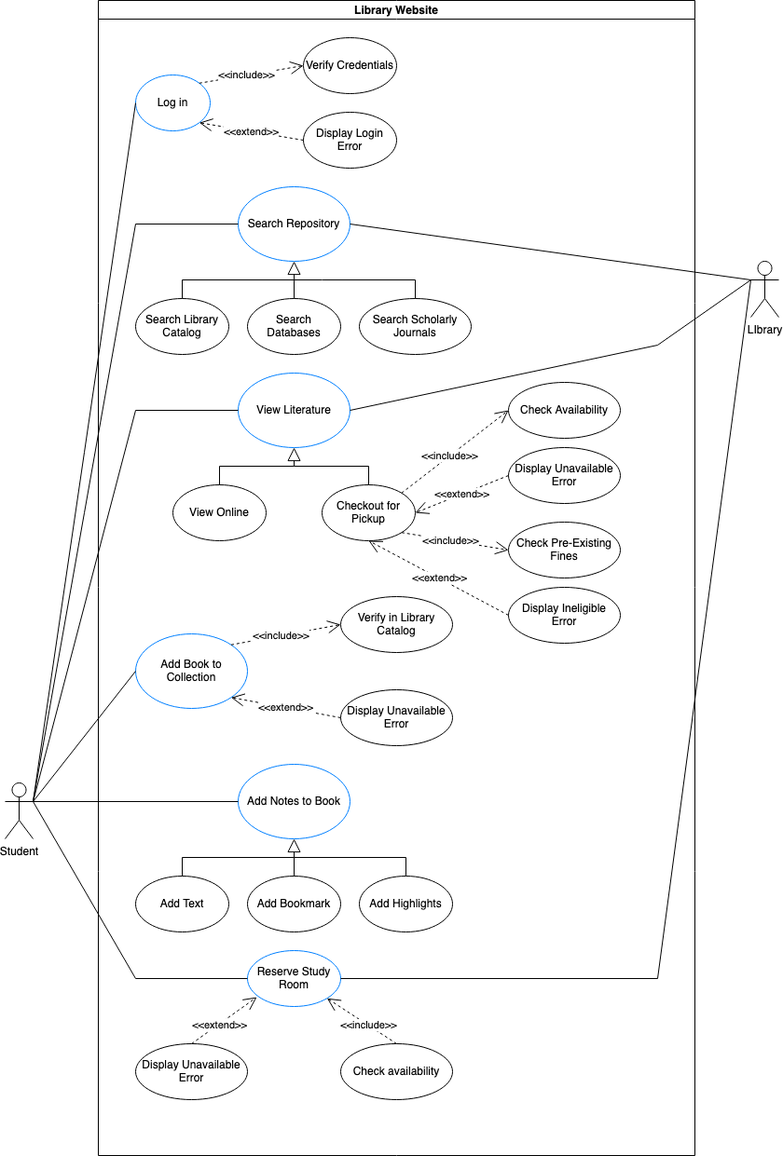
The draw.io diagram imgs/Use Cases.png in DavidB09/3354-bookworm, before a commit. Source tidied: cells renumbered, new cells last; positions are measured from the earlier drawing's top-left corner, leaving out a move shared by most shapes.
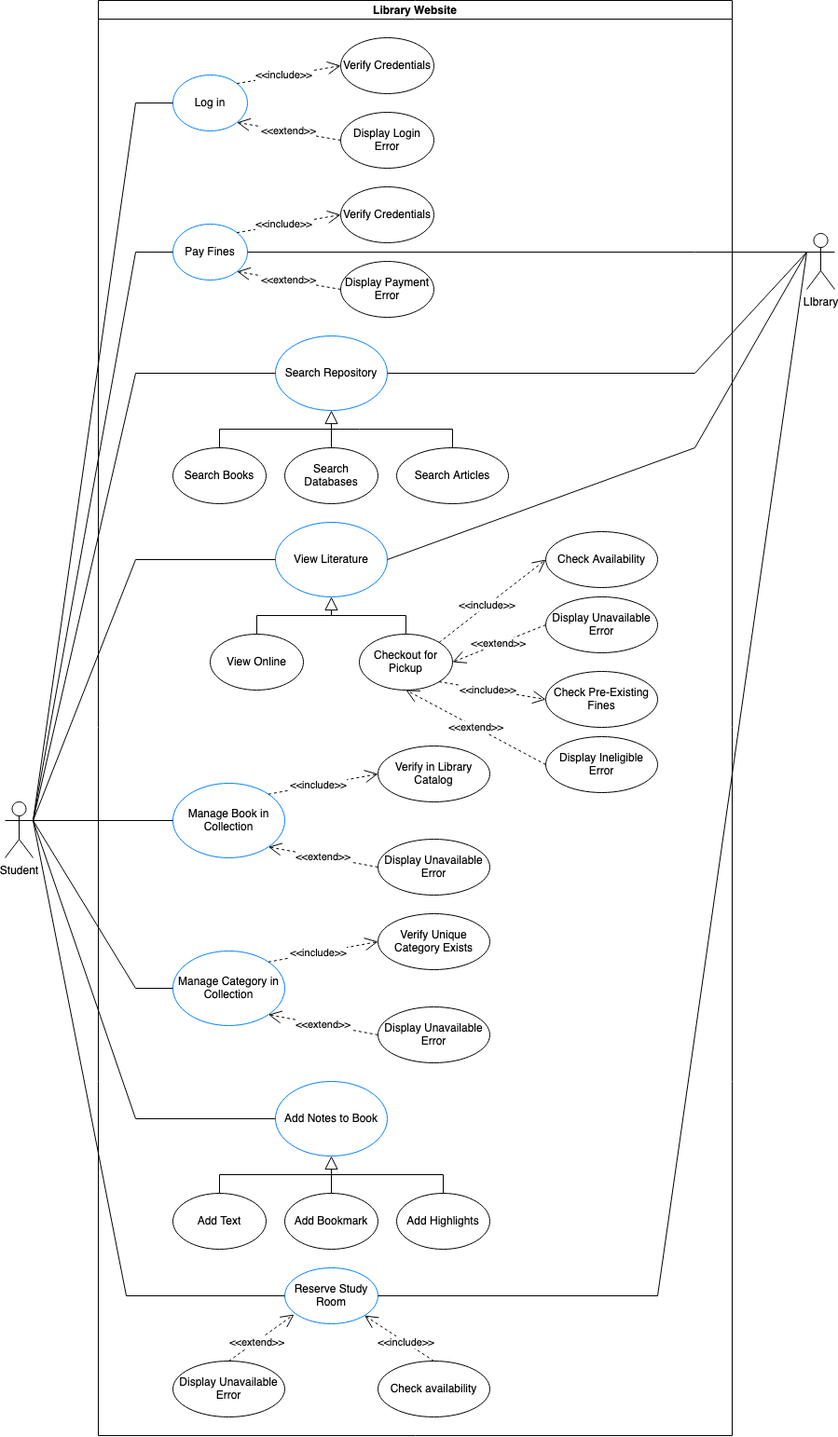
Later version of the same file.

Commit message:
Update use cases

What changed in the source:
```diff
@@ -5,12 +5,12 @@
     <mxCell id="2" value="Library Website" style="swimlane;startSize=20;horizontal=1;containerType=tree;" parent="1" vertex="1">
-      <mxGeometry x="100" width="640" height="1240" as="geometry" />
+      <mxGeometry x="100" width="680" height="1540" as="geometry" />
     </mxCell>
     <mxCell id="3" value="Log in" style="ellipse;whiteSpace=wrap;html=1;strokeColor=#0080ff;" parent="2" vertex="1">
-      <mxGeometry x="40" y="80" width="80" height="60" as="geometry" />
+      <mxGeometry x="80" y="80" width="80" height="60" as="geometry" />
     </mxCell>
     <mxCell id="4" value="Verify Credentials" style="ellipse;whiteSpace=wrap;html=1;" parent="2" vertex="1">
-      <mxGeometry x="220" y="40" width="100" height="60" as="geometry" />
+      <mxGeometry x="260" y="40" width="100" height="60" as="geometry" />
     </mxCell>
     <mxCell id="5" value="Display Login Error" style="ellipse;whiteSpace=wrap;html=1;" parent="2" vertex="1">
-      <mxGeometry x="220" y="120" width="100" height="60" as="geometry" />
+      <mxGeometry x="260" y="120" width="100" height="60" as="geometry" />
     </mxCell>
@@ -22,19 +22,19 @@
     </mxCell>
-    <mxCell id="8" value="Search Library Catalog" style="ellipse;whiteSpace=wrap;html=1;" parent="2" vertex="1">
-      <mxGeometry x="40" y="320" width="100" height="60" as="geometry" />
+    <mxCell id="8" value="Search Books" style="ellipse;whiteSpace=wrap;html=1;" parent="2" vertex="1">
+      <mxGeometry x="80" y="480" width="100" height="60" as="geometry" />
     </mxCell>
     <mxCell id="9" value="Search Databases" style="ellipse;whiteSpace=wrap;html=1;" parent="2" vertex="1">
-      <mxGeometry x="160" y="320" width="100" height="60" as="geometry" />
+      <mxGeometry x="200" y="480" width="100" height="60" as="geometry" />
     </mxCell>
-    <mxCell id="10" value="Search Scholarly Journals" style="ellipse;whiteSpace=wrap;html=1;" parent="2" vertex="1">
-      <mxGeometry x="280" y="320" width="120" height="60" as="geometry" />
+    <mxCell id="10" value="Search Articles" style="ellipse;whiteSpace=wrap;html=1;" parent="2" vertex="1">
+      <mxGeometry x="320" y="480" width="120" height="60" as="geometry" />
     </mxCell>
-    <mxCell id="11" value="Add Book to Collection" style="ellipse;whiteSpace=wrap;html=1;strokeColor=#007FFF;" parent="2" vertex="1">
-      <mxGeometry x="40" y="680" width="120" height="80" as="geometry" />
+    <mxCell id="11" value="Manage Book in Collection" style="ellipse;whiteSpace=wrap;html=1;strokeColor=#007FFF;" parent="2" vertex="1">
+      <mxGeometry x="80" y="840" width="120" height="80" as="geometry" />
     </mxCell>
     <mxCell id="12" value="Verify in Library Catalog" style="ellipse;whiteSpace=wrap;html=1;" parent="2" vertex="1">
-      <mxGeometry x="260" y="640" width="120" height="60" as="geometry" />
+      <mxGeometry x="300" y="800" width="120" height="60" as="geometry" />
     </mxCell>
     <mxCell id="13" value="Display Unavailable Error" style="ellipse;whiteSpace=wrap;html=1;" parent="2" vertex="1">
-      <mxGeometry x="260" y="740" width="120" height="60" as="geometry" />
+      <mxGeometry x="300" y="900" width="120" height="60" as="geometry" />
     </mxCell>
@@ -47,3 +47,3 @@
     <mxCell id="16" value="Search Repository" style="ellipse;whiteSpace=wrap;html=1;strokeColor=#007FFF;" parent="2" vertex="1">
-      <mxGeometry x="150" y="200" width="120" height="80" as="geometry" />
+      <mxGeometry x="190" y="360" width="120" height="80" as="geometry" />
     </mxCell>
@@ -52,4 +52,4 @@
         <Array as="points">
-          <mxPoint x="90" y="300" />
-          <mxPoint x="210" y="300" />
+          <mxPoint x="130" y="460" />
+          <mxPoint x="250" y="460" />
         </Array>
@@ -58,9 +58,9 @@
     <mxCell id="18" value="Add Notes to Book" style="ellipse;whiteSpace=wrap;html=1;strokeColor=#007FFF;" parent="2" vertex="1">
-      <mxGeometry x="150" y="820" width="120" height="80" as="geometry" />
+      <mxGeometry x="190" y="1160" width="120" height="80" as="geometry" />
     </mxCell>
     <mxCell id="19" value="Add Text" style="ellipse;whiteSpace=wrap;html=1;" parent="2" vertex="1">
-      <mxGeometry x="40" y="940" width="100" height="60" as="geometry" />
+      <mxGeometry x="80" y="1280" width="100" height="60" as="geometry" />
     </mxCell>
     <mxCell id="20" value="Add Bookmark" style="ellipse;whiteSpace=wrap;html=1;" parent="2" vertex="1">
-      <mxGeometry x="160" y="940" width="100" height="60" as="geometry" />
+      <mxGeometry x="200" y="1280" width="100" height="60" as="geometry" />
     </mxCell>
@@ -68,3 +68,3 @@
       <mxGeometry relative="1" as="geometry">
-        <mxPoint x="210" y="920" as="targetPoint" />
+        <mxPoint x="250" y="1260" as="targetPoint" />
       </mxGeometry>
@@ -73,5 +73,5 @@
       <mxGeometry relative="1" as="geometry">
-        <mxPoint x="210" y="920" as="sourcePoint" />
+        <mxPoint x="250" y="1260" as="sourcePoint" />
         <Array as="points">
-          <mxPoint x="330" y="920" />
+          <mxPoint x="370" y="1260" />
         </Array>
@@ -80,3 +80,3 @@
     <mxCell id="23" value="Add Highlights" style="ellipse;whiteSpace=wrap;html=1;" parent="2" vertex="1">
-      <mxGeometry x="280" y="940" width="100" height="60" as="geometry" />
+      <mxGeometry x="320" y="1280" width="100" height="60" as="geometry" />
     </mxCell>
@@ -85,4 +85,4 @@
         <Array as="points">
-          <mxPoint x="90" y="920" />
-          <mxPoint x="210" y="920" />
+          <mxPoint x="130" y="1260" />
+          <mxPoint x="250" y="1260" />
         </Array>
@@ -91,15 +91,15 @@
     <mxCell id="25" value="View Literature" style="ellipse;whiteSpace=wrap;html=1;strokeColor=#007FFF;" parent="2" vertex="1">
-      <mxGeometry x="150" y="400" width="120" height="80" as="geometry" />
+      <mxGeometry x="190" y="560" width="120" height="80" as="geometry" />
     </mxCell>
     <mxCell id="26" value="View Online" style="ellipse;whiteSpace=wrap;html=1;" parent="2" vertex="1">
-      <mxGeometry x="80" y="520" width="100" height="60" as="geometry" />
+      <mxGeometry x="120" y="680" width="100" height="60" as="geometry" />
     </mxCell>
     <mxCell id="27" value="Checkout for Pickup" style="ellipse;whiteSpace=wrap;html=1;" parent="2" vertex="1">
-      <mxGeometry x="240" y="520" width="100" height="60" as="geometry" />
+      <mxGeometry x="280" y="680" width="100" height="60" as="geometry" />
     </mxCell>
     <mxCell id="28" value="Check Availability" style="ellipse;whiteSpace=wrap;html=1;" parent="2" vertex="1">
-      <mxGeometry x="440" y="410" width="120" height="60" as="geometry" />
+      <mxGeometry x="480" y="570" width="120" height="60" as="geometry" />
     </mxCell>
     <mxCell id="29" value="Display Unavailable Error" style="ellipse;whiteSpace=wrap;html=1;" parent="2" vertex="1">
-      <mxGeometry x="440" y="480" width="120" height="60" as="geometry" />
+      <mxGeometry x="480" y="640" width="120" height="60" as="geometry" />
     </mxCell>
@@ -114,4 +114,4 @@
         <Array as="points">
-          <mxPoint x="130" y="500" />
-          <mxPoint x="210" y="500" />
+          <mxPoint x="170" y="660" />
+          <mxPoint x="250" y="660" />
         </Array>
@@ -120,9 +120,9 @@
     <mxCell id="33" value="Reserve Study Room" style="ellipse;whiteSpace=wrap;html=1;strokeColor=#007FFF;" parent="2" vertex="1">
-      <mxGeometry x="160" y="1020" width="100" height="60" as="geometry" />
+      <mxGeometry x="200" y="1360" width="100" height="60" as="geometry" />
     </mxCell>
     <mxCell id="34" value="Check availability" style="ellipse;whiteSpace=wrap;html=1;" parent="2" vertex="1">
-      <mxGeometry x="260" y="1120" width="120" height="60" as="geometry" />
+      <mxGeometry x="300" y="1460" width="120" height="60" as="geometry" />
     </mxCell>
     <mxCell id="35" value="Display Unavailable Error" style="ellipse;whiteSpace=wrap;html=1;" parent="2" vertex="1">
-      <mxGeometry x="40" y="1120" width="120" height="60" as="geometry" />
+      <mxGeometry x="80" y="1460" width="120" height="60" as="geometry" />
     </mxCell>
@@ -132,6 +132,6 @@
     <mxCell id="37" value="Check Pre-Existing Fines" style="ellipse;whiteSpace=wrap;html=1;" parent="2" vertex="1">
-      <mxGeometry x="440" y="560" width="120" height="60" as="geometry" />
+      <mxGeometry x="480" y="720" width="120" height="60" as="geometry" />
     </mxCell>
     <mxCell id="38" value="Display Ineligible Error" style="ellipse;whiteSpace=wrap;html=1;" parent="2" vertex="1">
-      <mxGeometry x="440" y="630" width="120" height="60" as="geometry" />
+      <mxGeometry x="480" y="790" width="120" height="60" as="geometry" />
     </mxCell>
@@ -143,5 +143,35 @@
     </mxCell>
+    <mxCell id="56" value="Manage Category in Collection" style="ellipse;whiteSpace=wrap;html=1;strokeColor=#007FFF;" parent="2" vertex="1">
+      <mxGeometry x="80" y="1020" width="120" height="80" as="geometry" />
+    </mxCell>
+    <mxCell id="57" value="Verify Unique Category Exists" style="ellipse;whiteSpace=wrap;html=1;" parent="2" vertex="1">
+      <mxGeometry x="300" y="980" width="120" height="60" as="geometry" />
+    </mxCell>
+    <mxCell id="58" value="Display Unavailable Error" style="ellipse;whiteSpace=wrap;html=1;" parent="2" vertex="1">
+      <mxGeometry x="300" y="1080" width="120" height="60" as="geometry" />
+    </mxCell>
+    <mxCell id="59" value="&amp;lt;&amp;lt;include&amp;gt;&amp;gt;" style="endArrow=open;endSize=12;dashed=1;html=1;rounded=0;exitX=1;exitY=0;exitDx=0;exitDy=0;entryX=0;entryY=0.5;entryDx=0;entryDy=0;" parent="2" edge="1" source="56" target="57">
+      <mxGeometry x="-0.09" relative="1" as="geometry" />
+    </mxCell>
+    <mxCell id="60" value="&amp;lt;&amp;lt;extend&amp;gt;&amp;gt;" style="endArrow=open;endSize=12;dashed=1;html=1;rounded=0;entryX=1;entryY=1;entryDx=0;entryDy=0;exitX=0;exitY=0.5;exitDx=0;exitDy=0;" parent="2" edge="1" source="58" target="56">
+      <mxGeometry relative="1" as="geometry" />
+    </mxCell>
+    <mxCell id="61" value="Pay Fines" style="ellipse;whiteSpace=wrap;html=1;strokeColor=#0080ff;" parent="2" vertex="1">
+      <mxGeometry x="80" y="240" width="80" height="60" as="geometry" />
+    </mxCell>
+    <mxCell id="62" value="Verify Credentials" style="ellipse;whiteSpace=wrap;html=1;" parent="2" vertex="1">
+      <mxGeometry x="260" y="200" width="100" height="60" as="geometry" />
+    </mxCell>
+    <mxCell id="63" value="Display Payment Error" style="ellipse;whiteSpace=wrap;html=1;" parent="2" vertex="1">
+      <mxGeometry x="260" y="280" width="100" height="60" as="geometry" />
+    </mxCell>
+    <mxCell id="64" value="&amp;lt;&amp;lt;include&amp;gt;&amp;gt;" style="endArrow=open;endSize=12;dashed=1;html=1;rounded=0;exitX=1;exitY=0;exitDx=0;exitDy=0;entryX=0;entryY=0.5;entryDx=0;entryDy=0;" parent="2" edge="1" source="61" target="62">
+      <mxGeometry x="-0.09" relative="1" as="geometry" />
+    </mxCell>
+    <mxCell id="65" value="&amp;lt;&amp;lt;extend&amp;gt;&amp;gt;" style="endArrow=open;endSize=12;dashed=1;html=1;rounded=0;entryX=1;entryY=1;entryDx=0;entryDy=0;exitX=0;exitY=0.5;exitDx=0;exitDy=0;" parent="2" edge="1" source="63" target="61">
+      <mxGeometry relative="1" as="geometry" />
+    </mxCell>
     <mxCell id="41" style="endArrow=none;html=1;rounded=0;exitX=0.5;exitY=0;exitDx=0;exitDy=0;" parent="1" edge="1" source="9">
       <mxGeometry relative="1" as="geometry">
-        <mxPoint x="310" y="300" as="targetPoint" />
+        <mxPoint x="350" y="460" as="targetPoint" />
       </mxGeometry>
@@ -150,6 +180,6 @@
       <mxGeometry relative="1" as="geometry">
-        <mxPoint x="310" y="300" as="sourcePoint" />
+        <mxPoint x="350" y="460" as="sourcePoint" />
         <Array as="points">
-          <mxPoint x="340" y="300" />
-          <mxPoint x="440" y="300" />
+          <mxPoint x="380" y="460" />
+          <mxPoint x="480" y="460" />
         </Array>
@@ -159,5 +189,5 @@
       <mxGeometry relative="1" as="geometry">
-        <mxPoint x="310" y="500" as="targetPoint" />
+        <mxPoint x="350" y="660" as="targetPoint" />
         <Array as="points">
-          <mxPoint x="390" y="500" />
+          <mxPoint x="430" y="660" />
         </Array>
@@ -166,6 +196,10 @@
     <mxCell id="44" value="Student" style="shape=umlActor;verticalLabelPosition=bottom;verticalAlign=top;html=1;" parent="1" vertex="1">
-      <mxGeometry y="840" width="30" height="60" as="geometry" />
+      <mxGeometry y="860" width="30" height="60" as="geometry" />
     </mxCell>
     <mxCell id="45" style="endArrow=none;html=1;rounded=0;exitX=1;exitY=0.3333333333333333;exitDx=0;exitDy=0;exitPerimeter=0;entryX=0;entryY=0.5;entryDx=0;entryDy=0;" parent="1" edge="1" source="44" target="3">
-      <mxGeometry relative="1" as="geometry" />
+      <mxGeometry relative="1" as="geometry">
+        <Array as="points">
+          <mxPoint x="140" y="110" />
+        </Array>
+      </mxGeometry>
     </mxCell>
@@ -174,3 +208,3 @@
         <Array as="points">
-          <mxPoint x="140" y="240" />
+          <mxPoint x="140" y="400" />
         </Array>
@@ -181,3 +215,3 @@
         <Array as="points">
-          <mxPoint x="140" y="440" />
+          <mxPoint x="140" y="600" />
         </Array>
@@ -190,3 +224,3 @@
       <mxGeometry x="-0.16" y="-1" relative="1" as="geometry">
-        <mxPoint x="270" y="1070" as="targetPoint" />
+        <mxPoint x="310" y="1410" as="targetPoint" />
       </mxGeometry>
@@ -194,3 +228,7 @@
     <mxCell id="50" style="endArrow=none;html=1;rounded=0;exitX=1;exitY=0.3333333333333333;exitDx=0;exitDy=0;exitPerimeter=0;entryX=0;entryY=0.5;entryDx=0;entryDy=0;" parent="1" edge="1" source="44" target="18">
-      <mxGeometry relative="1" as="geometry" />
+      <mxGeometry relative="1" as="geometry">
+        <Array as="points">
+          <mxPoint x="140" y="1200" />
+        </Array>
+      </mxGeometry>
     </mxCell>
@@ -199,3 +237,3 @@
         <Array as="points">
-          <mxPoint x="140" y="1050" />
+          <mxPoint x="130" y="1390" />
         </Array>
@@ -204,6 +242,10 @@
     <mxCell id="52" value="LIbrary" style="shape=umlActor;verticalLabelPosition=bottom;verticalAlign=top;html=1;outlineConnect=0;" parent="1" vertex="1">
-      <mxGeometry x="800" y="280" width="30" height="60" as="geometry" />
+      <mxGeometry x="860" y="250" width="30" height="60" as="geometry" />
     </mxCell>
     <mxCell id="53" style="endArrow=none;html=1;rounded=0;exitX=1;exitY=0.5;exitDx=0;exitDy=0;entryX=0;entryY=0.3333333333333333;entryDx=0;entryDy=0;entryPerimeter=0;" parent="1" edge="1" source="16" target="52">
-      <mxGeometry relative="1" as="geometry" />
+      <mxGeometry relative="1" as="geometry">
+        <Array as="points">
+          <mxPoint x="740" y="400" />
+        </Array>
+      </mxGeometry>
     </mxCell>
@@ -212,3 +254,3 @@
         <Array as="points">
-          <mxPoint x="700" y="370" />
+          <mxPoint x="740" y="480" />
         </Array>
@@ -219,3 +261,3 @@
         <Array as="points">
-          <mxPoint x="700" y="1050" />
+          <mxPoint x="700" y="1390" />
         </Array>
@@ -223,2 +265,23 @@
     </mxCell>
+    <mxCell id="66" style="endArrow=none;html=1;rounded=0;exitX=1;exitY=0.3333333333333333;exitDx=0;exitDy=0;exitPerimeter=0;entryX=0;entryY=0.5;entryDx=0;entryDy=0;" parent="1" edge="1" source="44" target="61">
+      <mxGeometry relative="1" as="geometry">
+        <Array as="points">
+          <mxPoint x="140" y="270" />
+        </Array>
+      </mxGeometry>
+    </mxCell>
+    <mxCell id="67" style="endArrow=none;html=1;rounded=0;exitX=1;exitY=0.3333333333333333;exitDx=0;exitDy=0;exitPerimeter=0;entryX=0;entryY=0.5;entryDx=0;entryDy=0;" parent="1" edge="1" source="44" target="56">
+      <mxGeometry relative="1" as="geometry">
+        <Array as="points">
+          <mxPoint x="140" y="1060" />
+        </Array>
+      </mxGeometry>
+    </mxCell>
+    <mxCell id="68" style="endArrow=none;html=1;rounded=0;exitX=1;exitY=0.5;exitDx=0;exitDy=0;entryX=0;entryY=0.3333333333333333;entryDx=0;entryDy=0;entryPerimeter=0;" parent="1" edge="1" source="61" target="52">
+      <mxGeometry relative="1" as="geometry">
+        <Array as="points">
+          <mxPoint x="740" y="270" />
+        </Array>
+      </mxGeometry>
+    </mxCell>
   </root>
```
